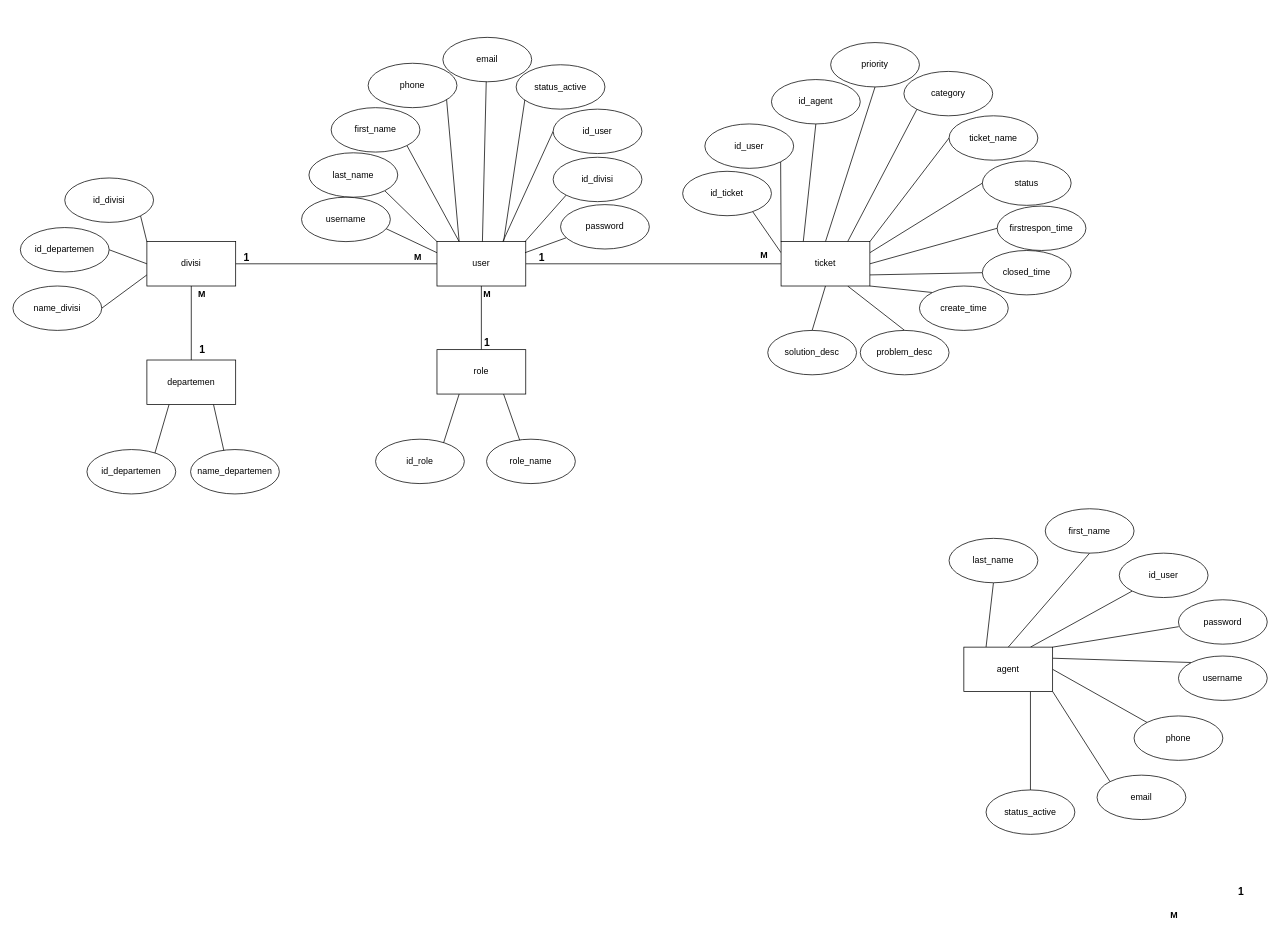
The draw.io diagram skripsi-erd.drawio in raflialkindhi/graph-save, before the edit. Source tidied: cells renumbered, new cells numbered last; positions are measured from the earlier drawing's top-left corner, leaving out a move shared by most shapes. Both pictures are drawn from the tidied source at 74%, with x=0, y=0 at pixel (13, 37).
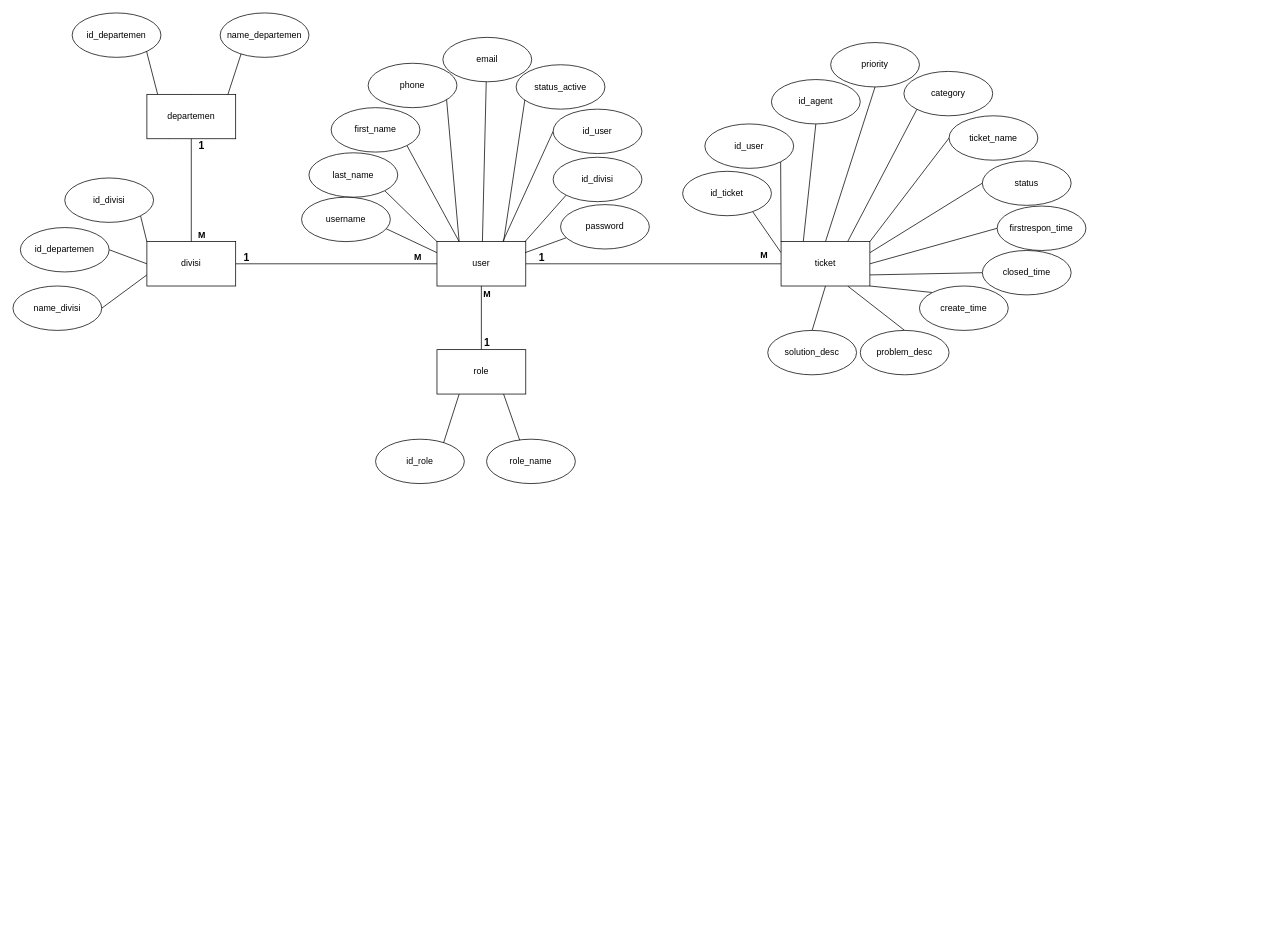
The same page after the edit.

Change to the diagram source:
```diff
@@
     <mxCell id="2" style="rounded=0;orthogonalLoop=1;jettySize=auto;html=1;exitX=0.5;exitY=1;exitDx=0;exitDy=0;entryX=0.5;entryY=0;entryDx=0;entryDy=0;endArrow=none;endFill=0;" parent="1" edge="1">
       <mxGeometry relative="1" as="geometry">
-        <mxPoint x="633" y="537" as="sourcePoint" />
+        <mxPoint x="609" y="475" as="sourcePoint" />
       </mxGeometry>
     </mxCell>
     <mxCell id="3" style="rounded=0;orthogonalLoop=1;jettySize=auto;html=1;exitX=0.25;exitY=1;exitDx=0;exitDy=0;entryX=1;entryY=0;entryDx=0;entryDy=0;endArrow=none;endFill=0;" parent="1" edge="1">
       <mxGeometry relative="1" as="geometry">
-        <mxPoint x="603" y="697" as="sourcePoint" />
+        <mxPoint x="579" y="635" as="sourcePoint" />
       </mxGeometry>
     </mxCell>
     <mxCell id="4" style="rounded=0;orthogonalLoop=1;jettySize=auto;html=1;exitX=0.75;exitY=1;exitDx=0;exitDy=0;entryX=0;entryY=0;entryDx=0;entryDy=0;endArrow=none;endFill=0;" parent="1" edge="1">
       <mxGeometry relative="1" as="geometry">
-        <mxPoint x="663" y="697" as="sourcePoint" />
+        <mxPoint x="639" y="635" as="sourcePoint" />
       </mxGeometry>
     </mxCell>
@@
     <mxCell id="24" style="edgeStyle=orthogonalEdgeStyle;rounded=0;orthogonalLoop=1;jettySize=auto;html=1;exitX=1;exitY=0.5;exitDx=0;exitDy=0;entryX=0;entryY=0.5;entryDx=0;entryDy=0;endArrow=none;endFill=0;" parent="1" edge="1">
       <mxGeometry relative="1" as="geometry">
-        <mxPoint x="520" y="252" as="targetPoint" />
+        <mxPoint x="496" y="190" as="targetPoint" />
       </mxGeometry>
     </mxCell>
     <mxCell id="25" style="rounded=0;orthogonalLoop=1;jettySize=auto;html=1;exitX=1;exitY=1;exitDx=0;exitDy=0;entryX=0.25;entryY=0;entryDx=0;entryDy=0;endArrow=none;endFill=0;" parent="1" edge="1">
       <mxGeometry relative="1" as="geometry">
-        <mxPoint x="550" y="222" as="targetPoint" />
+        <mxPoint x="526" y="160" as="targetPoint" />
       </mxGeometry>
     </mxCell>
@@
     <mxCell id="41" style="rounded=0;orthogonalLoop=1;jettySize=auto;html=1;exitX=1;exitY=1;exitDx=0;exitDy=0;entryX=0;entryY=0.25;entryDx=0;entryDy=0;endArrow=none;endFill=0;" parent="1" edge="1">
       <mxGeometry relative="1" as="geometry">
-        <mxPoint x="573" y="492" as="targetPoint" />
+        <mxPoint x="549" y="430" as="targetPoint" />
       </mxGeometry>
     </mxCell>
     <mxCell id="42" style="rounded=0;orthogonalLoop=1;jettySize=auto;html=1;exitX=1;exitY=0.5;exitDx=0;exitDy=0;entryX=0;entryY=0.5;entryDx=0;entryDy=0;endArrow=none;endFill=0;" parent="1" edge="1">
       <mxGeometry relative="1" as="geometry">
-        <mxPoint x="573" y="507" as="targetPoint" />
+        <mxPoint x="549" y="445" as="targetPoint" />
       </mxGeometry>
     </mxCell>
     <mxCell id="43" style="rounded=0;orthogonalLoop=1;jettySize=auto;html=1;exitX=1;exitY=0;exitDx=0;exitDy=0;entryX=0;entryY=0.75;entryDx=0;entryDy=0;endArrow=none;endFill=0;" parent="1" edge="1">
       <mxGeometry relative="1" as="geometry">
-        <mxPoint x="573" y="522" as="targetPoint" />
+        <mxPoint x="549" y="460" as="targetPoint" />
       </mxGeometry>
     </mxCell>
     <mxCell id="44" style="rounded=0;orthogonalLoop=1;jettySize=auto;html=1;exitX=0;exitY=0;exitDx=0;exitDy=0;entryX=1;entryY=1;entryDx=0;entryDy=0;endArrow=none;endFill=0;" parent="1" edge="1">
       <mxGeometry relative="1" as="geometry">
-        <mxPoint x="1040.5" y="286" as="sourcePoint" />
+        <mxPoint x="1016.5" y="224" as="sourcePoint" />
       </mxGeometry>
     </mxCell>
     <mxCell id="45" style="rounded=0;orthogonalLoop=1;jettySize=auto;html=1;entryX=0.5;entryY=1;entryDx=0;entryDy=0;endArrow=none;endFill=0;" parent="1" edge="1">
       <mxGeometry relative="1" as="geometry">
-        <mxPoint x="1063.1" y="273.9" as="sourcePoint" />
+        <mxPoint x="1039.1" y="211.9" as="sourcePoint" />
       </mxGeometry>
     </mxCell>
     <mxCell id="46" style="rounded=0;orthogonalLoop=1;jettySize=auto;html=1;exitX=0.609;exitY=0.149;exitDx=0;exitDy=0;entryX=0.5;entryY=1;entryDx=0;entryDy=0;endArrow=none;endFill=0;exitPerimeter=0;" parent="1" edge="1">
       <mxGeometry relative="1" as="geometry">
-        <mxPoint x="1094.3" y="277.9" as="sourcePoint" />
+        <mxPoint x="1070.3" y="215.9" as="sourcePoint" />
       </mxGeometry>
     </mxCell>
@@
     <mxCell id="53" value="departemen" style="rounded=0;whiteSpace=wrap;html=1;" parent="1" vertex="1">
-      <mxGeometry x="181" y="436" width="120" height="60" as="geometry" />
+      <mxGeometry x="181" y="77" width="120" height="60" as="geometry" />
     </mxCell>
@@
     <mxCell id="59" value="id_departemen" style="ellipse;whiteSpace=wrap;html=1;" parent="1" vertex="1">
-      <mxGeometry x="100" y="557" width="120" height="60" as="geometry" />
+      <mxGeometry x="80" y="-33" width="120" height="60" as="geometry" />
     </mxCell>
     <mxCell id="60" value="name_departemen" style="ellipse;whiteSpace=wrap;html=1;" parent="1" vertex="1">
-      <mxGeometry x="240" y="557" width="120" height="60" as="geometry" />
+      <mxGeometry x="280" y="-33" width="120" height="60" as="geometry" />
     </mxCell>
-    <mxCell id="61" style="rounded=0;jettySize=auto;html=1;exitX=0.25;exitY=0;exitDx=0;exitDy=0;entryX=0.5;entryY=1;entryDx=0;entryDy=0;endArrow=none;endFill=0;" parent="1" edge="1" source="69" target="72">
-      <mxGeometry relative="1" as="geometry" />
-    </mxCell>
-    <mxCell id="62" style="rounded=0;jettySize=auto;html=1;exitX=0.5;exitY=0;exitDx=0;exitDy=0;entryX=0.5;entryY=1;entryDx=0;entryDy=0;endArrow=none;endFill=0;" parent="1" edge="1" source="69" target="70">
-      <mxGeometry relative="1" as="geometry" />
-    </mxCell>
-    <mxCell id="63" style="rounded=0;jettySize=auto;html=1;exitX=0.75;exitY=0;exitDx=0;exitDy=0;entryX=0;entryY=1;entryDx=0;entryDy=0;endArrow=none;endFill=0;" parent="1" edge="1" source="69" target="71">
-      <mxGeometry relative="1" as="geometry" />
-    </mxCell>
-    <mxCell id="64" style="rounded=0;jettySize=auto;html=1;exitX=1;exitY=0;exitDx=0;exitDy=0;entryX=0.003;entryY=0.606;entryDx=0;entryDy=0;entryPerimeter=0;endArrow=none;endFill=0;" parent="1" edge="1" source="69" target="74">
-      <mxGeometry relative="1" as="geometry" />
-    </mxCell>
-    <mxCell id="65" style="rounded=0;jettySize=auto;html=1;exitX=1;exitY=0.25;exitDx=0;exitDy=0;entryX=0;entryY=0;entryDx=0;entryDy=0;endArrow=none;endFill=0;" parent="1" edge="1" source="69" target="73">
-      <mxGeometry relative="1" as="geometry" />
-    </mxCell>
-    <mxCell id="66" style="rounded=0;jettySize=auto;html=1;exitX=1;exitY=0.5;exitDx=0;exitDy=0;entryX=0;entryY=0;entryDx=0;entryDy=0;endArrow=none;endFill=0;" parent="1" edge="1" source="69" target="75">
-      <mxGeometry relative="1" as="geometry" />
-    </mxCell>
-    <mxCell id="67" style="rounded=0;jettySize=auto;html=1;exitX=1;exitY=1;exitDx=0;exitDy=0;entryX=0;entryY=0;entryDx=0;entryDy=0;endArrow=none;endFill=0;" parent="1" edge="1" source="69" target="76">
-      <mxGeometry relative="1" as="geometry" />
-    </mxCell>
-    <mxCell id="68" style="rounded=0;jettySize=auto;html=1;exitX=0.75;exitY=1;exitDx=0;exitDy=0;entryX=0.5;entryY=0;entryDx=0;entryDy=0;endArrow=none;endFill=0;" parent="1" edge="1" source="69" target="77">
-      <mxGeometry relative="1" as="geometry" />
-    </mxCell>
-    <mxCell id="69" value="agent" style="rounded=0;whiteSpace=wrap;html=1;" parent="1" vertex="1">
-      <mxGeometry x="1285" y="824" width="120" height="60" as="geometry" />
-    </mxCell>
-    <mxCell id="70" value="first_name" style="ellipse;whiteSpace=wrap;html=1;" parent="1" vertex="1">
-      <mxGeometry x="1395" y="637" width="120" height="60" as="geometry" />
-    </mxCell>
-    <mxCell id="71" value="id_user" style="ellipse;whiteSpace=wrap;html=1;" parent="1" vertex="1">
-      <mxGeometry x="1495" y="697" width="120" height="60" as="geometry" />
-    </mxCell>
-    <mxCell id="72" value="last_name" style="ellipse;whiteSpace=wrap;html=1;" parent="1" vertex="1">
-      <mxGeometry x="1265" y="677" width="120" height="60" as="geometry" />
-    </mxCell>
-    <mxCell id="73" value="username" style="ellipse;whiteSpace=wrap;html=1;" parent="1" vertex="1">
-      <mxGeometry x="1575" y="836" width="120" height="60" as="geometry" />
-    </mxCell>
-    <mxCell id="74" value="password" style="ellipse;whiteSpace=wrap;html=1;" parent="1" vertex="1">
-      <mxGeometry x="1575" y="760" width="120" height="60" as="geometry" />
-    </mxCell>
-    <mxCell id="75" value="phone" style="ellipse;whiteSpace=wrap;html=1;" parent="1" vertex="1">
-      <mxGeometry x="1515" y="917" width="120" height="60" as="geometry" />
-    </mxCell>
-    <mxCell id="76" value="email" style="ellipse;whiteSpace=wrap;html=1;" parent="1" vertex="1">
-      <mxGeometry x="1465" y="997" width="120" height="60" as="geometry" />
-    </mxCell>
-    <mxCell id="77" value="status_active" style="ellipse;whiteSpace=wrap;html=1;" parent="1" vertex="1">
-      <mxGeometry x="1315" y="1017" width="120" height="60" as="geometry" />
-    </mxCell>
@@
     <mxCell id="81" style="rounded=0;orthogonalLoop=1;jettySize=auto;html=1;exitX=0;exitY=1;exitDx=0;exitDy=0;entryX=1;entryY=0;entryDx=0;entryDy=0;endArrow=none;endFill=0;" parent="1" edge="1">
       <mxGeometry relative="1" as="geometry">
-        <mxPoint x="1115.5" y="286" as="targetPoint" />
+        <mxPoint x="1091.5" y="224" as="targetPoint" />
       </mxGeometry>
     </mxCell>
@@
     <mxCell id="89" value="&lt;b&gt;&lt;font style=&quot;font-size: 14px;&quot;&gt;1&lt;/font&gt;&lt;/b&gt;" style="text;html=1;strokeColor=none;fillColor=none;align=center;verticalAlign=middle;whiteSpace=wrap;rounded=0;" parent="1" vertex="1">
-      <mxGeometry x="241" y="412" width="30" height="20" as="geometry" />
+      <mxGeometry x="240" y="137" width="30" height="20" as="geometry" />
     </mxCell>
     <mxCell id="90" value="&lt;b&gt;M&lt;/b&gt;" style="text;html=1;strokeColor=none;fillColor=none;align=center;verticalAlign=middle;whiteSpace=wrap;rounded=0;" parent="1" vertex="1">
-      <mxGeometry x="240" y="336" width="31" height="22" as="geometry" />
+      <mxGeometry x="240" y="257" width="31" height="22" as="geometry" />
     </mxCell>
@@
-    <mxCell id="94" value="&lt;b&gt;&lt;font style=&quot;font-size: 14px;&quot;&gt;1&lt;/font&gt;&lt;/b&gt;" style="text;html=1;strokeColor=none;fillColor=none;align=center;verticalAlign=middle;whiteSpace=wrap;rounded=0;" parent="1" vertex="1">
-      <mxGeometry x="1645" y="1145" width="30" height="20" as="geometry" />
-    </mxCell>
@@
-    <mxCell id="96" value="&lt;b&gt;M&lt;/b&gt;" style="text;html=1;strokeColor=none;fillColor=none;align=center;verticalAlign=middle;whiteSpace=wrap;rounded=0;" parent="1" vertex="1">
-      <mxGeometry x="1554" y="1175" width="31" height="22" as="geometry" />
-    </mxCell>
```
